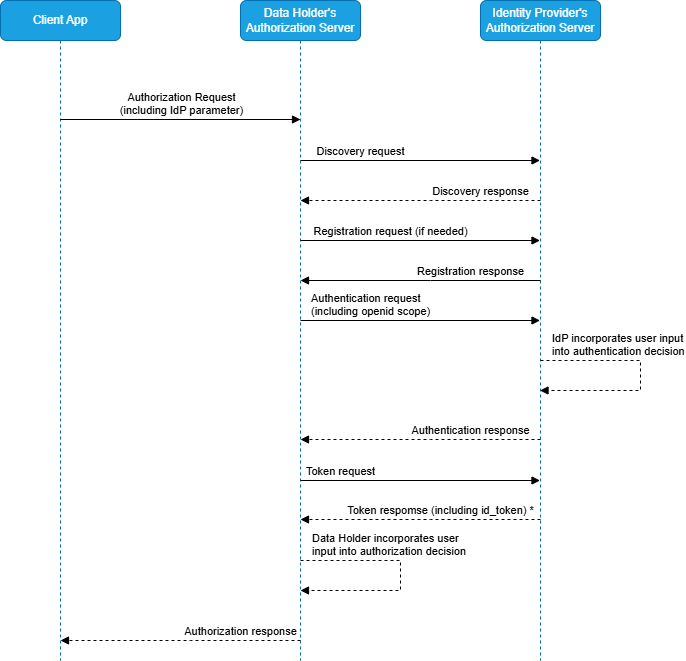
This is input/images/idp.png from HL7/fhir-identity-matching-ig, a draw.io export, as it was before one commit. Source tidied: cells renumbered, new cells last; positions are measured from the earlier drawing's top-left corner, leaving out a move shared by most shapes. Its diagram source:
```xml
<mxGraphModel>
  <root>
    <mxCell id="0" />
    <mxCell id="1" parent="0" />
    <mxCell id="2" value="Client App" style="shape=umlLifeline;perimeter=lifelinePerimeter;whiteSpace=wrap;html=1;newEdgeStyle={&quot;edgeStyle&quot;:&quot;elbowEdgeStyle&quot;,&quot;elbow&quot;:&quot;vertical&quot;,&quot;curved&quot;:0,&quot;rounded&quot;:0};fillColor=#1ba1e2;strokeColor=#006EAF;fontColor=#ffffff;rounded=1;" parent="1" vertex="1">
      <mxGeometry width="120" height="660" as="geometry" />
    </mxCell>
    <mxCell id="3" value="Data Holder's&lt;div&gt;Authorization Server&lt;/div&gt;" style="shape=umlLifeline;perimeter=lifelinePerimeter;whiteSpace=wrap;html=1;newEdgeStyle={&quot;edgeStyle&quot;:&quot;elbowEdgeStyle&quot;,&quot;elbow&quot;:&quot;vertical&quot;,&quot;curved&quot;:0,&quot;rounded&quot;:0};fillColor=#1ba1e2;fontColor=#ffffff;strokeColor=#006EAF;rounded=1;" parent="1" vertex="1">
      <mxGeometry x="240" width="120" height="660" as="geometry" />
    </mxCell>
    <mxCell id="4" value="Authorization Request&lt;div&gt;(including IdP parameter)&lt;/div&gt;" style="html=1;verticalAlign=bottom;endArrow=block;edgeStyle=elbowEdgeStyle;elbow=vertical;curved=0;rounded=0;strokeColor=light-dark(#000000,#EDEDED);entryX=0.5;entryY=0.267;entryDx=0;entryDy=0;entryPerimeter=0;" parent="1" edge="1">
      <mxGeometry relative="1" as="geometry">
        <mxPoint x="59.5" y="119" as="sourcePoint" />
        <mxPoint x="300" y="119.1" as="targetPoint" />
        <Array as="points">
          <mxPoint x="260" y="119" />
        </Array>
      </mxGeometry>
    </mxCell>
    <mxCell id="5" value="Identity Provider's&lt;div&gt;Authorization Server&lt;/div&gt;" style="shape=umlLifeline;perimeter=lifelinePerimeter;whiteSpace=wrap;html=1;outlineConnect=0;portConstraint=eastwest;newEdgeStyle={&quot;edgeStyle&quot;:&quot;elbowEdgeStyle&quot;,&quot;elbow&quot;:&quot;vertical&quot;,&quot;curved&quot;:0,&quot;rounded&quot;:0};fillColor=#1ba1e2;fontColor=#ffffff;strokeColor=#006EAF;rounded=1;" parent="1" vertex="1">
      <mxGeometry x="480" width="120" height="660" as="geometry" />
    </mxCell>
    <mxCell id="6" value="Discovery request" style="html=1;verticalAlign=bottom;endArrow=block;edgeStyle=elbowEdgeStyle;elbow=vertical;curved=0;rounded=0;strokeColor=light-dark(#000000,#EDEDED);" parent="1" edge="1" target="5">
      <mxGeometry x="-0.5" relative="1" as="geometry">
        <mxPoint x="300" y="160" as="sourcePoint" />
        <Array as="points">
          <mxPoint x="560" y="160" />
          <mxPoint x="670" y="80" />
          <mxPoint x="525" y="160" />
        </Array>
      </mxGeometry>
    </mxCell>
    <mxCell id="7" value="Discovery response" style="html=1;verticalAlign=bottom;endArrow=block;edgeStyle=elbowEdgeStyle;elbow=vertical;curved=0;rounded=0;fillColor=#000000;strokeColor=light-dark(#000000,#FFACAC);dashed=1;" parent="1" edge="1">
      <mxGeometry x="-0.5" relative="1" as="geometry">
        <mxPoint x="540" y="200" as="sourcePoint" />
        <mxPoint x="300" y="200" as="targetPoint" />
        <Array as="points">
          <mxPoint x="430" y="200" />
          <mxPoint x="618" y="220" />
        </Array>
      </mxGeometry>
    </mxCell>
    <mxCell id="8" value="Registration request (if needed)" style="html=1;verticalAlign=bottom;endArrow=block;edgeStyle=elbowEdgeStyle;elbow=vertical;curved=0;rounded=0;strokeColor=light-dark(#000000,#EDEDED);" parent="1" edge="1" target="5">
      <mxGeometry x="-0.25" relative="1" as="geometry">
        <mxPoint x="300" y="240" as="sourcePoint" />
        <Array as="points">
          <mxPoint x="560" y="240" />
          <mxPoint x="670" y="160" />
          <mxPoint x="525" y="240" />
        </Array>
      </mxGeometry>
    </mxCell>
    <mxCell id="9" value="Registration response" style="html=1;verticalAlign=bottom;endArrow=block;edgeStyle=elbowEdgeStyle;elbow=vertical;curved=0;rounded=0;fillColor=#000000;strokeColor=light-dark(#000000,#FFACAC);" parent="1" edge="1">
      <mxGeometry x="-0.42" relative="1" as="geometry">
        <mxPoint x="540" y="280" as="sourcePoint" />
        <mxPoint x="300" y="280" as="targetPoint" />
        <Array as="points">
          <mxPoint x="430" y="280" />
          <mxPoint x="618" y="300" />
        </Array>
      </mxGeometry>
    </mxCell>
    <mxCell id="10" value="Authentication request&lt;div&gt;(including openid scope)&lt;/div&gt;" style="html=1;verticalAlign=bottom;endArrow=block;edgeStyle=elbowEdgeStyle;elbow=vertical;curved=0;rounded=0;strokeColor=light-dark(#000000,#EDEDED);align=left;" parent="1" edge="1" target="5">
      <mxGeometry x="-0.93" relative="1" as="geometry">
        <mxPoint x="300" y="320" as="sourcePoint" />
        <Array as="points">
          <mxPoint x="560" y="320" />
          <mxPoint x="670" y="240" />
          <mxPoint x="525" y="320" />
        </Array>
      </mxGeometry>
    </mxCell>
    <mxCell id="11" value="IdP incorporates user input&lt;div&gt;into authentication decision&lt;/div&gt;" style="html=1;verticalAlign=bottom;endArrow=block;edgeStyle=elbowEdgeStyle;rounded=0;strokeColor=light-dark(#000000,#EDEDED);align=left;dashed=1;" parent="1" edge="1" target="5">
      <mxGeometry x="-0.91" relative="1" as="geometry">
        <mxPoint x="540" y="360" as="sourcePoint" />
        <Array as="points">
          <mxPoint x="640" y="390" />
        </Array>
      </mxGeometry>
    </mxCell>
    <mxCell id="12" value="Authentication response" style="html=1;verticalAlign=bottom;endArrow=block;edgeStyle=elbowEdgeStyle;elbow=vertical;curved=0;rounded=0;fillColor=#000000;strokeColor=light-dark(#000000,#FFACAC);align=center;dashed=1;" parent="1" edge="1">
      <mxGeometry x="-0.42" relative="1" as="geometry">
        <mxPoint x="540" y="439" as="sourcePoint" />
        <mxPoint x="300" y="439" as="targetPoint" />
        <Array as="points">
          <mxPoint x="430" y="439" />
          <mxPoint x="618" y="459" />
        </Array>
      </mxGeometry>
    </mxCell>
    <mxCell id="13" value="Token request" style="html=1;verticalAlign=bottom;endArrow=block;edgeStyle=elbowEdgeStyle;elbow=vertical;curved=0;rounded=0;strokeColor=light-dark(#000000,#EDEDED);" parent="1" edge="1" target="5">
      <mxGeometry x="-0.67" relative="1" as="geometry">
        <mxPoint x="300" y="480" as="sourcePoint" />
        <Array as="points">
          <mxPoint x="560" y="480" />
          <mxPoint x="670" y="400" />
          <mxPoint x="525" y="480" />
        </Array>
      </mxGeometry>
    </mxCell>
    <mxCell id="14" value="&lt;div style=&quot;text-align: right;&quot;&gt;&lt;span style=&quot;background-color: light-dark(#ffffff, var(--ge-dark-color, #121212)); color: light-dark(rgb(0, 0, 0), rgb(255, 255, 255));&quot;&gt;Token respomse&amp;nbsp;&lt;/span&gt;&lt;span style=&quot;background-color: light-dark(#ffffff, var(--ge-dark-color, #121212)); color: light-dark(rgb(0, 0, 0), rgb(255, 255, 255)); text-align: center;&quot;&gt;(including id_token) *&lt;/span&gt;&lt;/div&gt;" style="html=1;verticalAlign=bottom;endArrow=block;edgeStyle=elbowEdgeStyle;elbow=vertical;curved=0;rounded=0;fillColor=#000000;strokeColor=light-dark(#000000,#FFACAC);align=center;dashed=1;" parent="1" edge="1">
      <mxGeometry x="-0.17" relative="1" as="geometry">
        <mxPoint x="540" y="519" as="sourcePoint" />
        <mxPoint x="300" y="519" as="targetPoint" />
        <Array as="points">
          <mxPoint x="430" y="519" />
          <mxPoint x="618" y="539" />
        </Array>
      </mxGeometry>
    </mxCell>
    <mxCell id="15" value="Data Holder incorporates user&lt;div&gt;input into authorization decision&lt;/div&gt;" style="html=1;verticalAlign=bottom;endArrow=block;edgeStyle=elbowEdgeStyle;rounded=0;strokeColor=light-dark(#000000,#EDEDED);align=left;dashed=1;" parent="1" edge="1">
      <mxGeometry x="-0.91" relative="1" as="geometry">
        <mxPoint x="300" y="560" as="sourcePoint" />
        <mxPoint x="300" y="590" as="targetPoint" />
        <Array as="points">
          <mxPoint x="400" y="590" />
        </Array>
      </mxGeometry>
    </mxCell>
    <mxCell id="16" value="&lt;div style=&quot;text-align: right;&quot;&gt;Authorization response&lt;/div&gt;" style="html=1;verticalAlign=bottom;endArrow=block;edgeStyle=elbowEdgeStyle;elbow=vertical;curved=0;rounded=0;fillColor=#000000;strokeColor=light-dark(#000000,#FFACAC);align=center;dashed=1;" parent="1" edge="1">
      <mxGeometry x="-0.5" relative="1" as="geometry">
        <mxPoint x="300" y="640" as="sourcePoint" />
        <mxPoint x="60" y="640" as="targetPoint" />
        <Array as="points">
          <mxPoint x="190" y="640" />
          <mxPoint x="378" y="660" />
        </Array>
      </mxGeometry>
    </mxCell>
  </root>
</mxGraphModel>
```
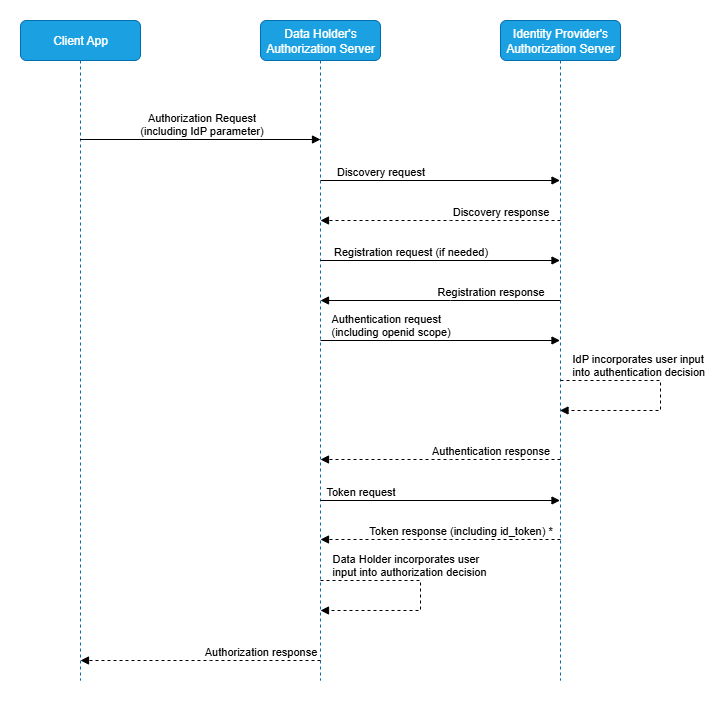
After the change.

Change to the diagram source:
```diff
@@ -98,7 +98,7 @@
         </Array>
       </mxGeometry>
     </mxCell>
-    <mxCell id="14" value="&lt;div style=&quot;text-align: right;&quot;&gt;&lt;span style=&quot;background-color: light-dark(#ffffff, var(--ge-dark-color, #121212)); color: light-dark(rgb(0, 0, 0), rgb(255, 255, 255));&quot;&gt;Token respomse&amp;nbsp;&lt;/span&gt;&lt;span style=&quot;background-color: light-dark(#ffffff, var(--ge-dark-color, #121212)); color: light-dark(rgb(0, 0, 0), rgb(255, 255, 255)); text-align: center;&quot;&gt;(including id_token) *&lt;/span&gt;&lt;/div&gt;" style="html=1;verticalAlign=bottom;endArrow=block;edgeStyle=elbowEdgeStyle;elbow=vertical;curved=0;rounded=0;fillColor=#000000;strokeColor=light-dark(#000000,#FFACAC);align=center;dashed=1;" parent="1" edge="1">
+    <mxCell id="14" value="&lt;div style=&quot;text-align: right;&quot;&gt;&lt;span style=&quot;background-color: light-dark(#ffffff, var(--ge-dark-color, #121212)); color: light-dark(rgb(0, 0, 0), rgb(255, 255, 255));&quot;&gt;Token response&amp;nbsp;&lt;/span&gt;&lt;span style=&quot;background-color: light-dark(#ffffff, var(--ge-dark-color, #121212)); color: light-dark(rgb(0, 0, 0), rgb(255, 255, 255)); text-align: center;&quot;&gt;(including id_token) *&lt;/span&gt;&lt;/div&gt;" style="html=1;verticalAlign=bottom;endArrow=block;edgeStyle=elbowEdgeStyle;elbow=vertical;curved=0;rounded=0;fillColor=#000000;strokeColor=light-dark(#000000,#FFACAC);align=center;dashed=1;" parent="1" edge="1">
       <mxGeometry x="-0.17" relative="1" as="geometry">
         <mxPoint x="540" y="519" as="sourcePoint" />
         <mxPoint x="300" y="519" as="targetPoint" />
```
